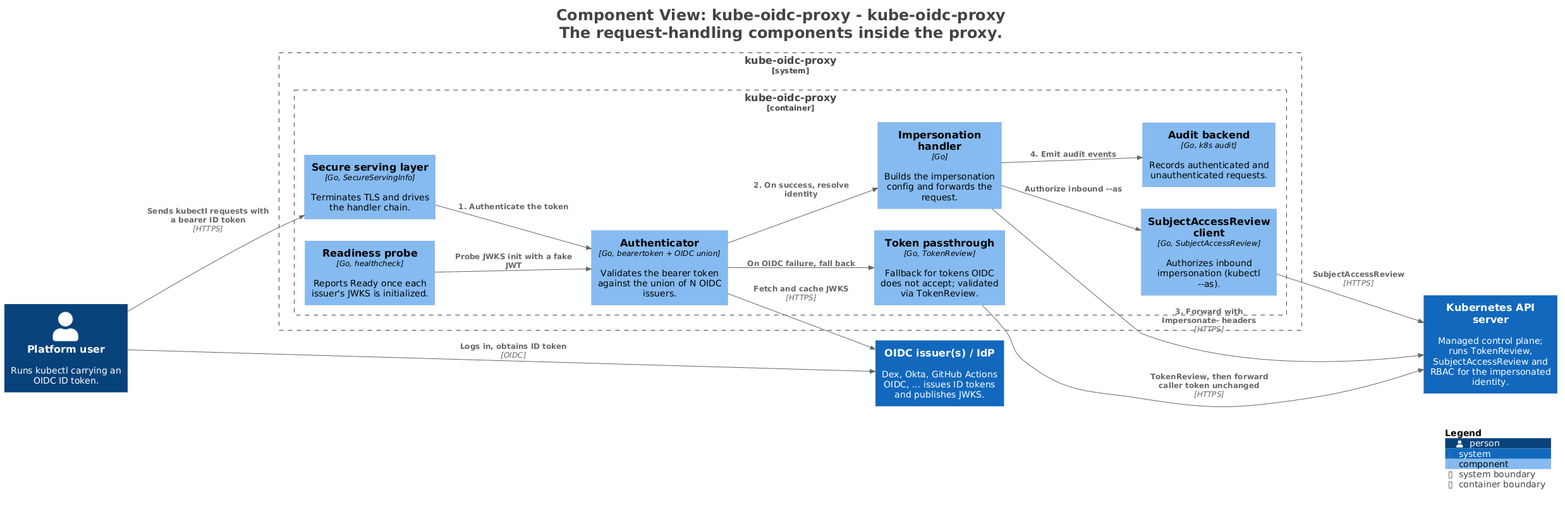
Before: docs/c4/diagrams/structurizr-Components.png, a diagram exported from PlantUML (RafPe/kube-oidc-proxy). Its diagram source:
```plantuml
@startuml
title <size:24>Component View: kube-oidc-proxy - kube-oidc-proxy</size>\n<size:24>The request-handling components inside the proxy.</size>

set separator none
left to right direction

<style>
  root {
    BackgroundColor: #ffffff
    FontColor: #444444
  }
</style>

!include <C4/C4>
!include <C4/C4_Context>
!include <C4/C4_Component>

Person(Platformuser, "Platform user", $descr="Runs kubectl carrying an OIDC ID token.", $tags="", $link="")

System(OIDCissuersIdP, "OIDC issuer(s) / IdP", $descr="Dex, Okta, GitHub Actions OIDC, ... issues ID tokens and publishes JWKS.", $tags="", $link="")
System(KubernetesAPIserver, "Kubernetes API server", $descr="Managed control plane; runs TokenReview, SubjectAccessReview and RBAC for the impersonated identity.", $tags="", $link="")

System_Boundary("kubeoidcproxy_boundary", "kube-oidc-proxy", $tags="") {
  Container_Boundary("kubeoidcproxy.kubeoidcproxy_boundary", "kube-oidc-proxy", $tags="") {
    Component(kubeoidcproxy.kubeoidcproxy.SubjectAccessReviewclient, "SubjectAccessReview client", $techn="Go, SubjectAccessReview", $descr="Authorizes inbound impersonation (kubectl --as).", $tags="", $link="")
    Component(kubeoidcproxy.kubeoidcproxy.Auditbackend, "Audit backend", $techn="Go, k8s audit", $descr="Records authenticated and unauthenticated requests.", $tags="", $link="")
    Component(kubeoidcproxy.kubeoidcproxy.Readinessprobe, "Readiness probe", $techn="Go, healthcheck", $descr="Reports Ready once each issuer's JWKS is initialized.", $tags="", $link="")
    Component(kubeoidcproxy.kubeoidcproxy.Secureservinglayer, "Secure serving layer", $techn="Go, SecureServingInfo", $descr="Terminates TLS and drives the handler chain.", $tags="", $link="")
    Component(kubeoidcproxy.kubeoidcproxy.Authenticator, "Authenticator", $techn="Go, bearertoken + OIDC union", $descr="Validates the bearer token against the union of N OIDC issuers.", $tags="", $link="")
    Component(kubeoidcproxy.kubeoidcproxy.Tokenpassthrough, "Token passthrough", $techn="Go, TokenReview", $descr="Fallback for tokens OIDC does not accept; validated via TokenReview.", $tags="", $link="")
    Component(kubeoidcproxy.kubeoidcproxy.Impersonationhandler, "Impersonation handler", $techn="Go", $descr="Builds the impersonation config and forwards the request.", $tags="", $link="")
  }

}

Rel(Platformuser, OIDCissuersIdP, "Logs in, obtains ID token", $techn="OIDC", $tags="", $link="")
Rel(Platformuser, kubeoidcproxy.kubeoidcproxy.Secureservinglayer, "Sends kubectl requests with a bearer ID token", $techn="HTTPS", $tags="", $link="")
Rel(kubeoidcproxy.kubeoidcproxy.Secureservinglayer, kubeoidcproxy.kubeoidcproxy.Authenticator, "1. Authenticate the token", $techn="", $tags="", $link="")
Rel(kubeoidcproxy.kubeoidcproxy.Authenticator, OIDCissuersIdP, "Fetch and cache JWKS", $techn="HTTPS", $tags="", $link="")
Rel(kubeoidcproxy.kubeoidcproxy.Authenticator, kubeoidcproxy.kubeoidcproxy.Tokenpassthrough, "On OIDC failure, fall back", $techn="", $tags="", $link="")
Rel(kubeoidcproxy.kubeoidcproxy.Tokenpassthrough, KubernetesAPIserver, "TokenReview, then forward caller token unchanged", $techn="HTTPS", $tags="", $link="")
Rel(kubeoidcproxy.kubeoidcproxy.Authenticator, kubeoidcproxy.kubeoidcproxy.Impersonationhandler, "2. On success, resolve identity", $techn="", $tags="", $link="")
Rel(kubeoidcproxy.kubeoidcproxy.Impersonationhandler, kubeoidcproxy.kubeoidcproxy.SubjectAccessReviewclient, "Authorize inbound --as", $techn="", $tags="", $link="")
Rel(kubeoidcproxy.kubeoidcproxy.SubjectAccessReviewclient, KubernetesAPIserver, "SubjectAccessReview", $techn="HTTPS", $tags="", $link="")
Rel(kubeoidcproxy.kubeoidcproxy.Impersonationhandler, KubernetesAPIserver, "3. Forward with Impersonate- headers", $techn="HTTPS", $tags="", $link="")
Rel(kubeoidcproxy.kubeoidcproxy.Impersonationhandler, kubeoidcproxy.kubeoidcproxy.Auditbackend, "4. Emit audit events", $techn="", $tags="", $link="")
Rel(kubeoidcproxy.kubeoidcproxy.Readinessprobe, kubeoidcproxy.kubeoidcproxy.Authenticator, "Probe JWKS init with a fake JWT", $techn="", $tags="", $link="")

SHOW_LEGEND(true)
hide stereotypes
@enduml
```
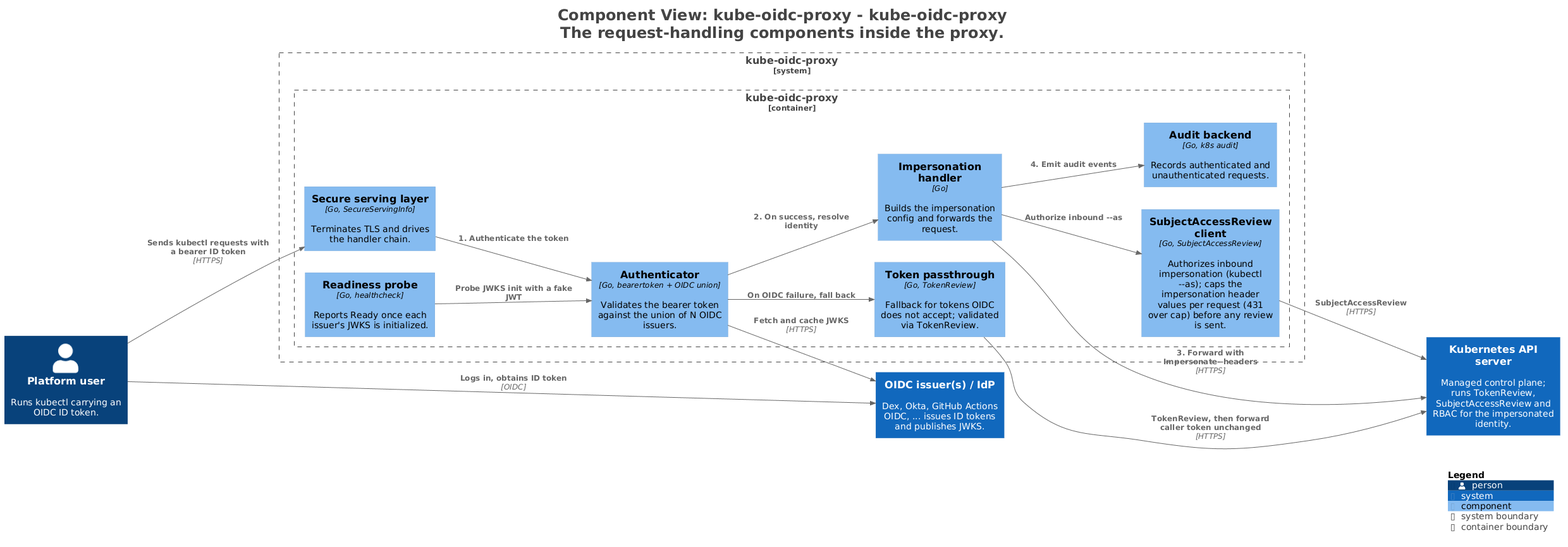
After the change.

Commit message:
feat(chart): first-class value for the impersonation header value cap; document the cap

The edit, as a diff of the source:
```diff
@@ -22,7 +22,7 @@
 
 System_Boundary("kubeoidcproxy_boundary", "kube-oidc-proxy", $tags="") {
   Container_Boundary("kubeoidcproxy.kubeoidcproxy_boundary", "kube-oidc-proxy", $tags="") {
-    Component(kubeoidcproxy.kubeoidcproxy.SubjectAccessReviewclient, "SubjectAccessReview client", $techn="Go, SubjectAccessReview", $descr="Authorizes inbound impersonation (kubectl --as).", $tags="", $link="")
+    Component(kubeoidcproxy.kubeoidcproxy.SubjectAccessReviewclient, "SubjectAccessReview client", $techn="Go, SubjectAccessReview", $descr="Authorizes inbound impersonation (kubectl --as); caps the impersonation header values per request (431 over cap) before any review is sent.", $tags="", $link="")
     Component(kubeoidcproxy.kubeoidcproxy.Auditbackend, "Audit backend", $techn="Go, k8s audit", $descr="Records authenticated and unauthenticated requests.", $tags="", $link="")
     Component(kubeoidcproxy.kubeoidcproxy.Readinessprobe, "Readiness probe", $techn="Go, healthcheck", $descr="Reports Ready once each issuer's JWKS is initialized.", $tags="", $link="")
     Component(kubeoidcproxy.kubeoidcproxy.Secureservinglayer, "Secure serving layer", $techn="Go, SecureServingInfo", $descr="Terminates TLS and drives the handler chain.", $tags="", $link="")
```
